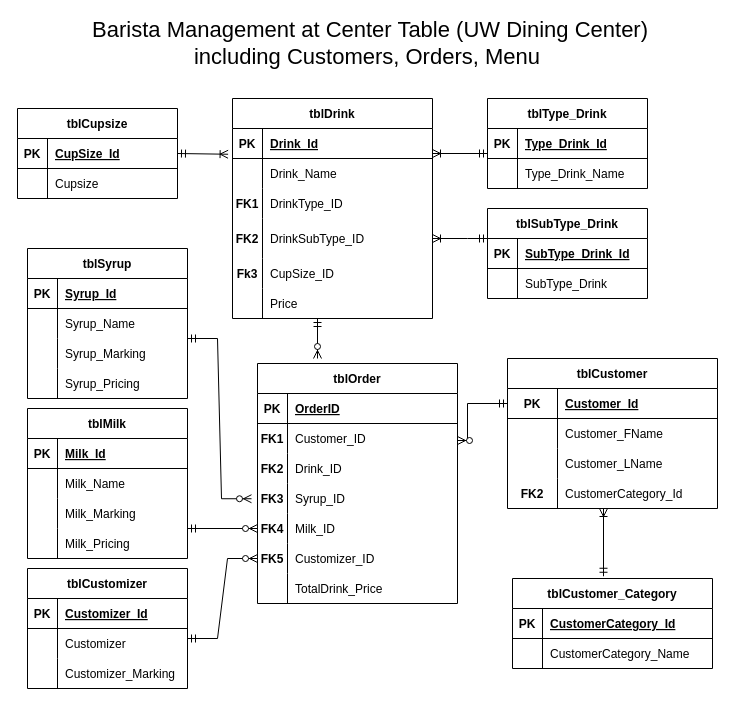
This is ERD Draft.drawio from SamanAteeq/SQL-Database-Development, a draw.io file, before an edit. Source tidied: cells renumbered, new cells numbered last; positions are measured from the earlier drawing's top-left corner, leaving out a move shared by most shapes. Both pictures are drawn from the tidied source at 100%, with x=0, y=0 at pixel (17, 28).
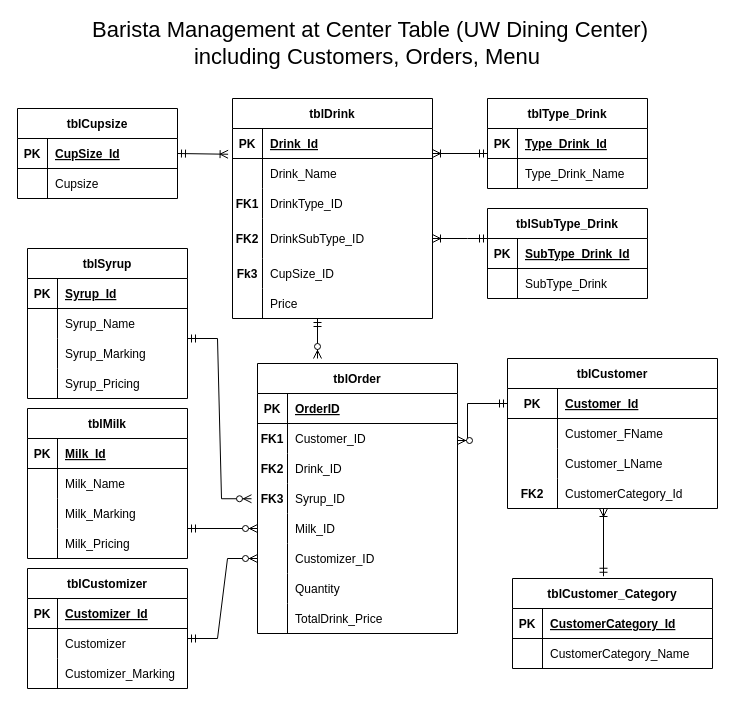
The same page after the edit.

Unchanged cells that the change refers to:
```xml
<mxCell id="111" style="shape=tableRow;horizontal=0;startSize=0;swimlaneHead=0;swimlaneBody=0;fillColor=none;points=[[0,0.5],[1,0.5]];portConstraint=eastwest;top=0;left=0;right=0;bottom=0;" parent="98" vertex="1">
  <mxGeometry y="150" width="200" height="30" as="geometry" />
</mxCell>
<mxCell id="114" style="shape=tableRow;horizontal=0;startSize=0;swimlaneHead=0;swimlaneBody=0;fillColor=none;top=0;left=0;right=0;bottom=0;" parent="98" vertex="1">
  <mxGeometry y="180" width="200" height="30" as="geometry" />
</mxCell>
```

The edit, as a diff of the source:
```diff
@@
     <mxCell id="98" value="tblOrder" style="shape=table;startSize=30;childLayout=tableLayout;rowLines=0;fontStyle=1;align=center;" parent="1" vertex="1">
-      <mxGeometry x="240" y="335" width="200" height="240" as="geometry" />
+      <mxGeometry x="240" y="335" width="200" height="270" as="geometry" />
     </mxCell>
@@
-    <mxCell id="112" value="FK4" style="shape=partialRectangle;fillColor=none;top=0;left=0;bottom=0;right=0;overflow=hidden;fontStyle=1;" parent="111" vertex="1">
+    <mxCell id="112" style="shape=partialRectangle;fillColor=none;top=0;left=0;bottom=0;right=0;overflow=hidden;fontStyle=1;" parent="111" vertex="1">
       <mxGeometry width="30" height="30" as="geometry" />
     </mxCell>
@@
-    <mxCell id="115" value="FK5" style="shape=partialRectangle;fillColor=none;top=0;left=0;bottom=0;right=0;overflow=hidden;fontStyle=1;" parent="114" vertex="1">
+    <mxCell id="115" style="shape=partialRectangle;fillColor=none;top=0;left=0;bottom=0;right=0;overflow=hidden;fontStyle=1;" parent="114" vertex="1">
       <mxGeometry width="30" height="30" as="geometry" />
     </mxCell>
@@
+    <mxCell id="130" style="shape=tableRow;horizontal=0;startSize=0;swimlaneHead=0;swimlaneBody=0;fillColor=none;top=0;left=0;right=0;bottom=0;" parent="98" vertex="1">
+      <mxGeometry y="210" width="200" height="30" as="geometry" />
+    </mxCell>
+    <mxCell id="131" style="shape=partialRectangle;fillColor=none;top=0;left=0;bottom=0;right=0;overflow=hidden;fontStyle=1;" parent="130" vertex="1">
+      <mxGeometry width="30" height="30" as="geometry" />
+    </mxCell>
+    <mxCell id="132" value="Quantity" style="shape=partialRectangle;fillColor=none;top=0;left=0;bottom=0;right=0;align=left;spacingLeft=6;overflow=hidden;" parent="130" vertex="1">
+      <mxGeometry x="30" width="170" height="30" as="geometry" />
+    </mxCell>
     <mxCell id="117" style="shape=tableRow;horizontal=0;startSize=0;swimlaneHead=0;swimlaneBody=0;fillColor=none;top=0;left=0;right=0;bottom=0;" parent="98" vertex="1">
-      <mxGeometry y="210" width="200" height="30" as="geometry" />
+      <mxGeometry y="240" width="200" height="30" as="geometry" />
     </mxCell>
```
